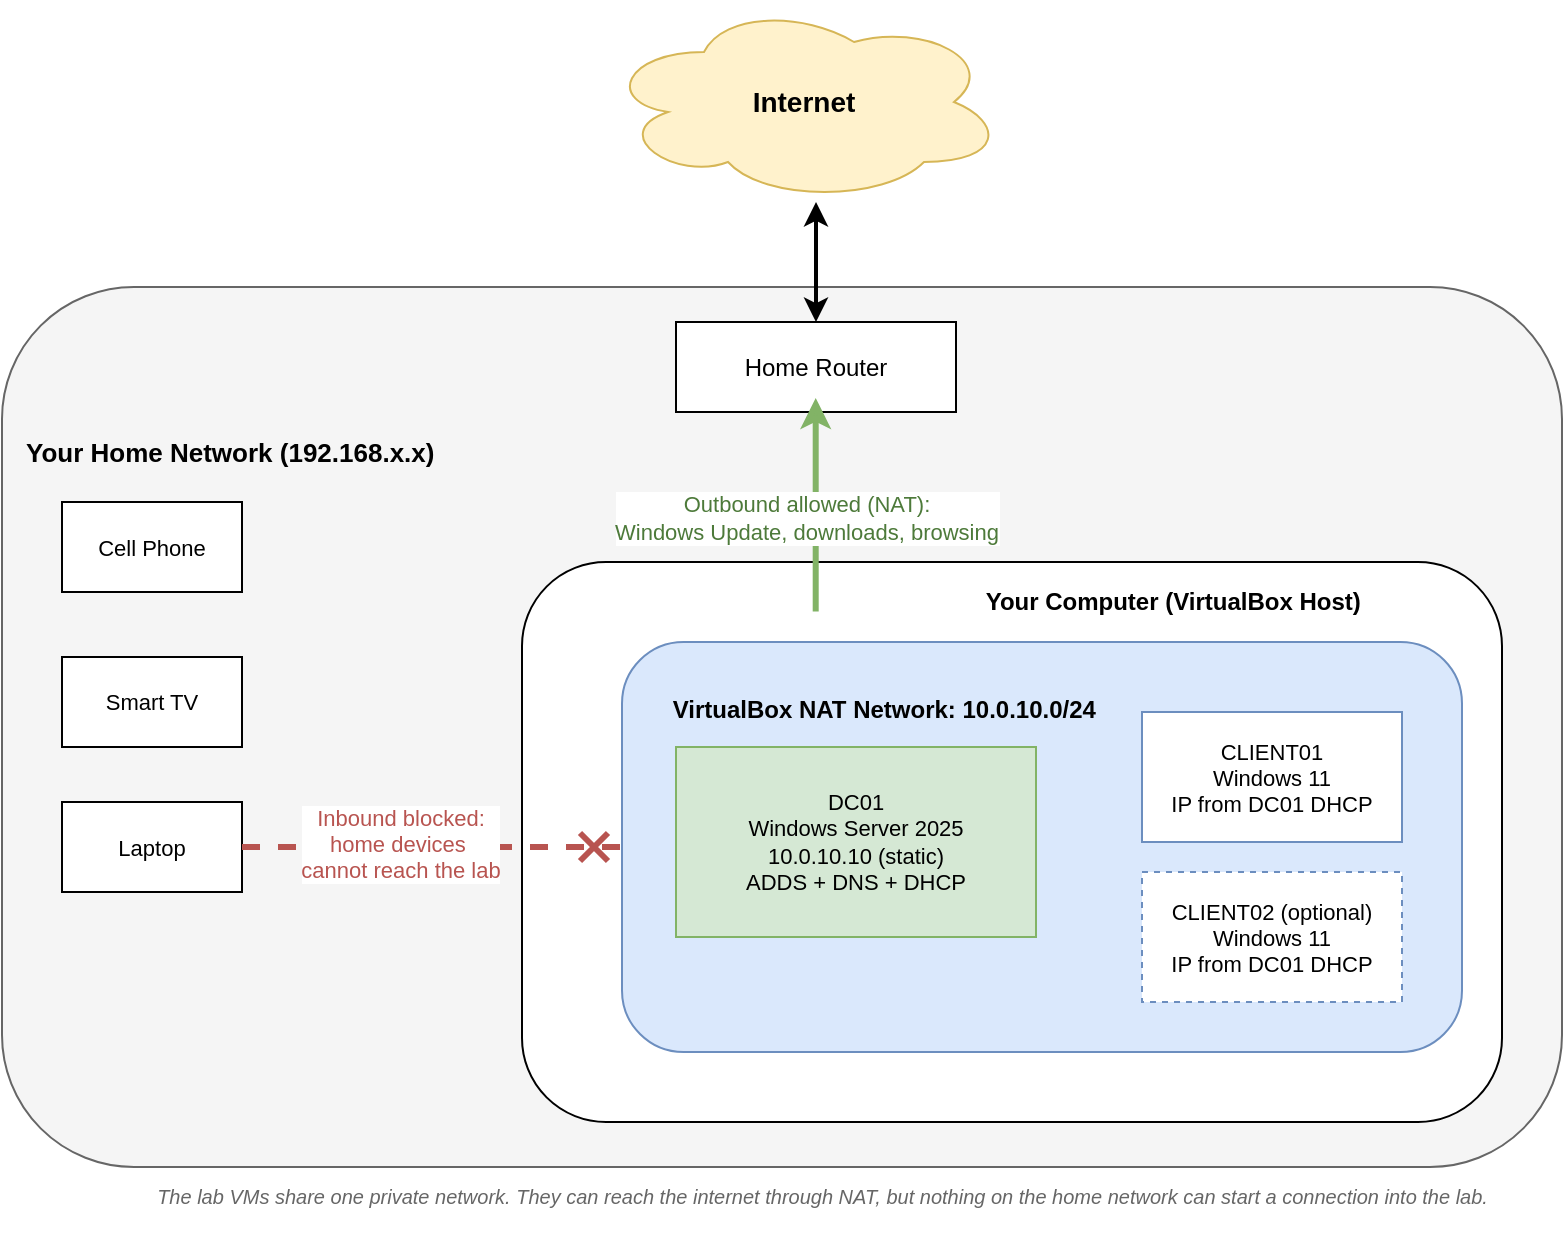
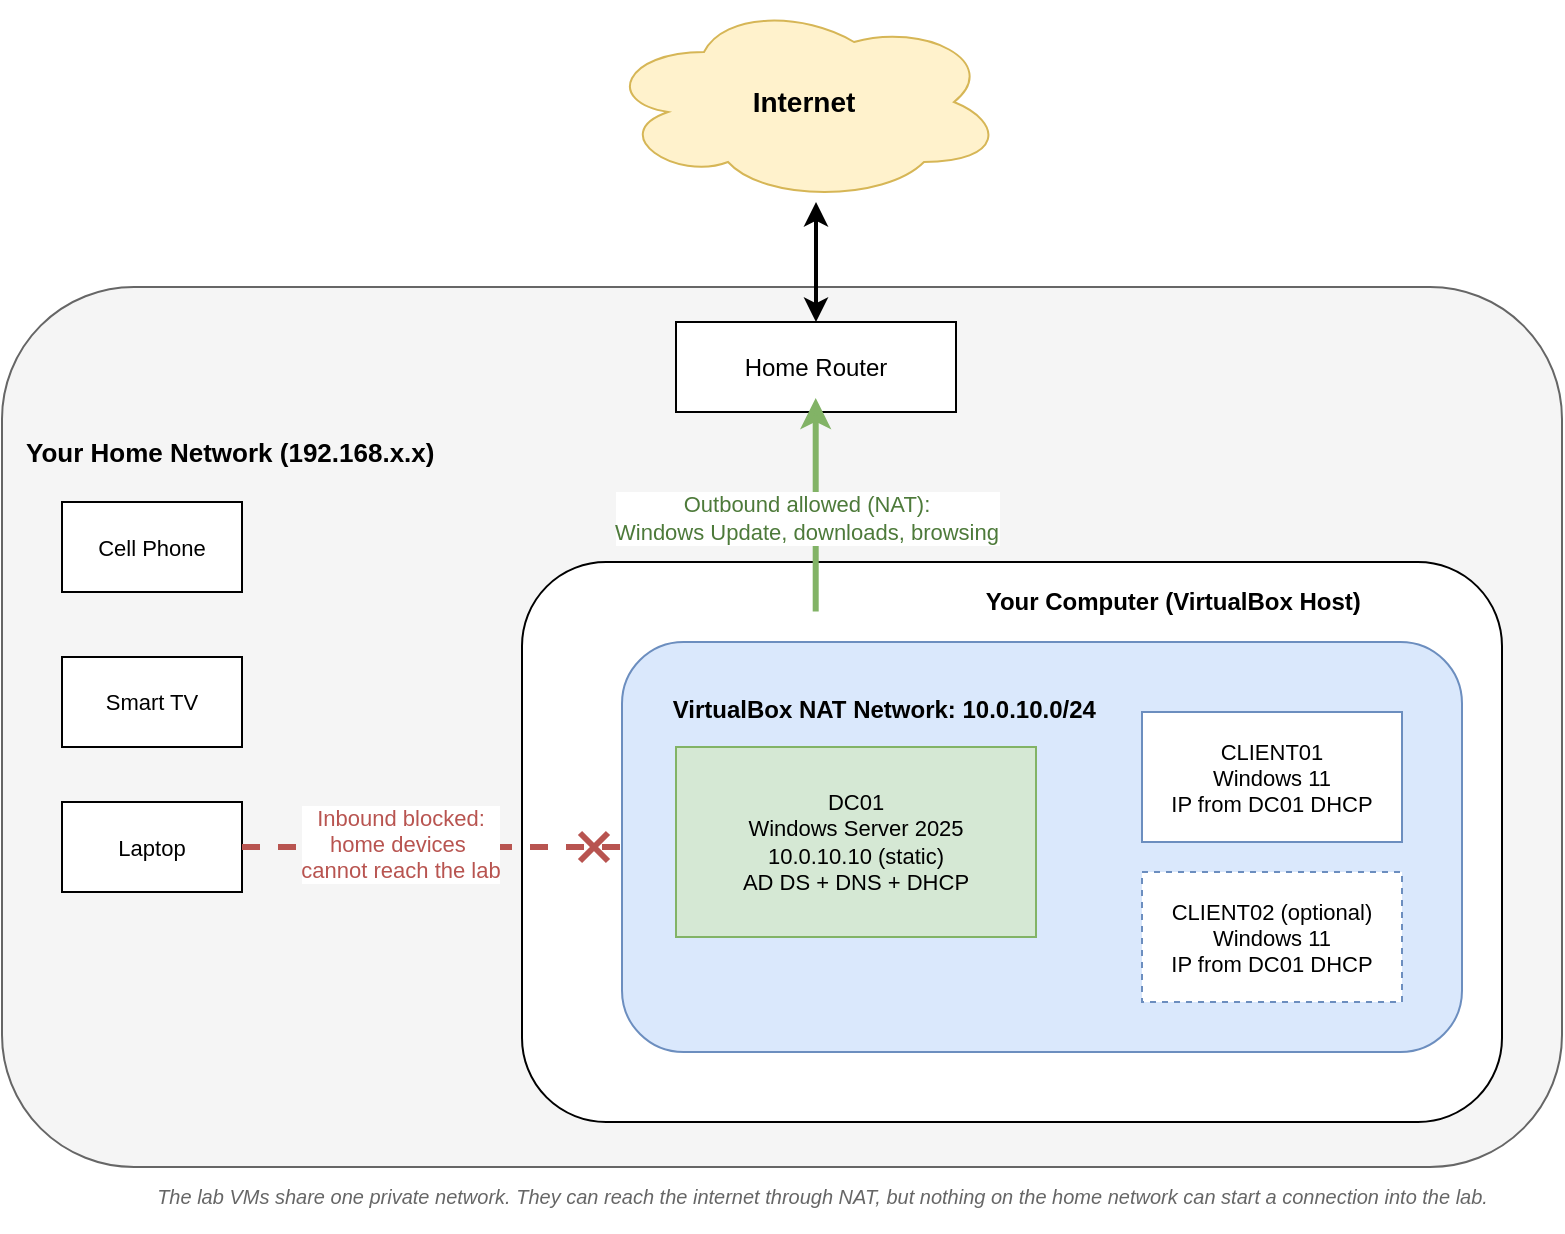
<mxfile host="Electron">
  <diagram id="nat-network" name="NAT Network">
    <mxGraphModel dx="1667" dy="733" grid="1" gridSize="10" guides="1" tooltips="1" connect="1" arrows="1" fold="1" page="1" pageScale="1" pageWidth="850" pageHeight="650" math="0" shadow="0">
      <root>
        <mxCell id="0" />
        <mxCell id="1" parent="0" />
        <mxCell id="internet" parent="1" style="ellipse;shape=cloud;whiteSpace=wrap;html=1;fillColor=#fff2cc;strokeColor=#d6b656;fontSize=14;fontStyle=1;" value="Internet" vertex="1">
          <mxGeometry height="100" width="200" x="341" y="20" as="geometry" />
        </mxCell>
        <mxCell id="homeNet" parent="1" style="rounded=1;whiteSpace=wrap;html=1;fillColor=#f5f5f5;strokeColor=#666666;verticalAlign=top;fontSize=13;fontStyle=1;align=left;spacingLeft=10;spacingTop=6;" value="&amp;nbsp; &amp;nbsp; &amp;nbsp; &amp;nbsp; &amp;nbsp; &amp;nbsp;&lt;div&gt;&amp;nbsp; &amp;nbsp; &amp;nbsp;&amp;nbsp;&lt;/div&gt;&lt;div&gt;&lt;br&gt;&lt;/div&gt;&lt;div&gt;&lt;br&gt;&lt;/div&gt;&lt;div&gt;&lt;span style=&quot;background-color: transparent; color: light-dark(rgb(0, 0, 0), rgb(255, 255, 255));&quot;&gt;Your Home Network (192.168.x.x)&lt;/span&gt;&lt;/div&gt;" vertex="1">
          <mxGeometry height="440" width="780" x="40" y="162.5" as="geometry" />
        </mxCell>
        <mxCell id="router" parent="1" style="rounded=0;whiteSpace=wrap;html=1;fillColor=#ffffff;strokeColor=#000000;fontSize=12;" value="Home Router" vertex="1">
          <mxGeometry height="45" width="140" x="377" y="180" as="geometry" />
        </mxCell>
        <mxCell id="phone" parent="1" style="rounded=0;whiteSpace=wrap;html=1;fillColor=#ffffff;strokeColor=#000000;fontSize=11;" value="Cell Phone" vertex="1">
          <mxGeometry height="45" width="90" x="70" y="270" as="geometry" />
        </mxCell>
        <mxCell id="tv" parent="1" style="rounded=0;whiteSpace=wrap;html=1;fillColor=#ffffff;strokeColor=#000000;fontSize=11;" value="Smart TV" vertex="1">
          <mxGeometry height="45" width="90" x="70" y="347.5" as="geometry" />
        </mxCell>
        <mxCell id="famLaptop" parent="1" style="rounded=0;whiteSpace=wrap;html=1;fillColor=#ffffff;strokeColor=#000000;fontSize=11;" value="Laptop" vertex="1">
          <mxGeometry height="45" width="90" x="70" y="420" as="geometry" />
        </mxCell>
        <mxCell id="hostPC" parent="1" style="rounded=1;whiteSpace=wrap;html=1;fillColor=#ffffff;strokeColor=#000000;verticalAlign=top;fontSize=12;fontStyle=1;align=left;spacingLeft=10;spacingTop=6;" value="&lt;div&gt;&lt;span style=&quot;background-color: transparent; color: light-dark(rgb(0, 0, 0), rgb(255, 255, 255));&quot;&gt;&amp;nbsp; &amp;nbsp; &amp;nbsp; &amp;nbsp; &amp;nbsp; &amp;nbsp; &amp;nbsp; &amp;nbsp; &amp;nbsp; &amp;nbsp; &amp;nbsp; &amp;nbsp; &amp;nbsp; &amp;nbsp; &amp;nbsp; &amp;nbsp; &amp;nbsp; &amp;nbsp; &amp;nbsp; &amp;nbsp; &amp;nbsp; &amp;nbsp; &amp;nbsp; &amp;nbsp; &amp;nbsp; &amp;nbsp; &amp;nbsp; &amp;nbsp; &amp;nbsp; &amp;nbsp; &amp;nbsp; &amp;nbsp; &amp;nbsp; Your Computer (VirtualBox Host)&lt;/span&gt;&lt;/div&gt;" vertex="1">
          <mxGeometry height="280" width="490" x="300" y="300" as="geometry" />
        </mxCell>
        <mxCell id="natNet" parent="1" style="rounded=1;whiteSpace=wrap;html=1;fillColor=#dae8fc;strokeColor=#6c8ebf;verticalAlign=top;fontSize=12;fontStyle=1;align=left;spacingLeft=10;spacingTop=6;" value="&amp;nbsp; &amp;nbsp;&amp;nbsp;&lt;div&gt;&amp;nbsp; &amp;nbsp; VirtualBox NAT Network: 10.0.10.0/24&lt;/div&gt;" vertex="1">
          <mxGeometry height="205" width="420" x="350" y="340" as="geometry" />
        </mxCell>
-         <mxCell id="dc01" parent="1" style="rounded=0;whiteSpace=wrap;html=1;fillColor=#d5e8d4;strokeColor=#82b366;fontSize=11;" value="DC01&#xa;Windows Server 2025&#xa;10.0.10.10 (static)&#xa;ADDS + DNS + DHCP" vertex="1">
+         <mxCell id="dc01" parent="1" style="rounded=0;whiteSpace=wrap;html=1;fillColor=#d5e8d4;strokeColor=#82b366;fontSize=11;" value="DC01&lt;br&gt;Windows Server 2025&lt;br&gt;10.0.10.10 (static)&lt;br&gt;AD DS + DNS + DHCP" vertex="1">
          <mxGeometry height="95" width="180" x="377" y="392.5" as="geometry" />
        </mxCell>
        <mxCell id="client01" parent="1" style="rounded=0;whiteSpace=wrap;html=1;fillColor=#ffffff;strokeColor=#6c8ebf;fontSize=11;" value="CLIENT01&#xa;Windows 11&#xa;IP from DC01 DHCP" vertex="1">
          <mxGeometry height="65" width="130" x="610" y="375" as="geometry" />
        </mxCell>
        <mxCell id="client02" parent="1" style="rounded=0;whiteSpace=wrap;html=1;fillColor=#ffffff;strokeColor=#6c8ebf;dashed=1;fontSize=11;" value="CLIENT02 (optional)&#xa;Windows 11&#xa;IP from DC01 DHCP" vertex="1">
          <mxGeometry height="65" width="130" x="610" y="455" as="geometry" />
        </mxCell>
        <mxCell id="edgeLabToRouter" edge="1" parent="1" style="edgeStyle=orthogonalEdgeStyle;rounded=1;html=1;strokeColor=#82b366;strokeWidth=3;fontSize=11;fontColor=#4d7a3a;exitX=0.213;exitY=-0.001;entryX=0.5;entryY=1;exitDx=0;exitDy=0;exitPerimeter=0;" value="Outbound allowed (NAT):&#xa;Windows Update, downloads, browsing">
          <mxGeometry relative="1" x="-0.1171" y="5" as="geometry">
            <mxPoint as="offset" />
            <Array as="points" />
            <mxPoint x="446.85000000000014" y="324.7800000000001" as="sourcePoint" />
            <mxPoint x="446.85" y="218" as="targetPoint" />
          </mxGeometry>
        </mxCell>
        <mxCell id="edgeRouterToInternet" edge="1" parent="1" source="router" style="edgeStyle=orthogonalEdgeStyle;rounded=1;html=1;strokeColor=#000000;strokeWidth=2;startArrow=classic;startFill=1;entryX=0.53;entryY=1;entryDx=0;entryDy=0;entryPerimeter=0;" target="internet" value="">
          <mxGeometry relative="1" as="geometry">
            <mxPoint x="447" y="130" as="targetPoint" />
          </mxGeometry>
        </mxCell>
        <mxCell id="edgeBlocked" edge="1" parent="1" source="famLaptop" style="edgeStyle=orthogonalEdgeStyle;rounded=1;html=1;strokeColor=#b85450;strokeWidth=3;dashed=1;fontSize=11;fontColor=#b85450;endArrow=cross;endSize=10;exitX=1;exitY=0.5;entryX=0;entryY=0.5;" target="natNet" value="Inbound blocked:&lt;br&gt;home devices&amp;nbsp;&lt;div&gt;cannot&amp;nbsp;&lt;span style=&quot;background-color: light-dark(#ffffff, var(--ge-dark-color, #121212)); color: light-dark(rgb(184, 84, 80), rgb(215, 129, 126));&quot;&gt;reach the lab&lt;/span&gt;&lt;/div&gt;">
          <mxGeometry relative="1" x="-0.1689" y="2" as="geometry">
            <mxPoint as="offset" />
          </mxGeometry>
        </mxCell>
        <mxCell id="note" parent="1" style="text;html=1;whiteSpace=wrap;fontSize=10;fontStyle=2;fontColor=#666666;" value="&amp;nbsp; &amp;nbsp; &amp;nbsp; &amp;nbsp; &amp;nbsp; &amp;nbsp; &amp;nbsp; &amp;nbsp; &amp;nbsp; &amp;nbsp; The lab VMs share one private network. They can reach the internet through NAT, but nothing on the home network can start a connection into the lab." vertex="1">
          <mxGeometry height="30" width="740" x="60" y="605" as="geometry" />
        </mxCell>
      </root>
    </mxGraphModel>
  </diagram>
</mxfile>
